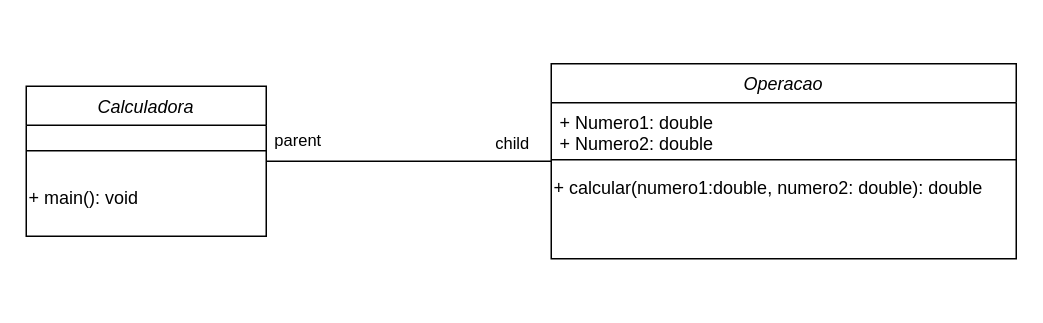
joao-pbc/Academic keeps this draw.io diagram as Diagrama sem nome.drawio. Above is the earlier version. Source tidied: cells renumbered, new cells numbered last; positions are measured from the earlier drawing's top-left corner, leaving out a move shared by most shapes. Both pictures are drawn from the tidied source at 150%, with x=0, y=0 at pixel (26, 63).
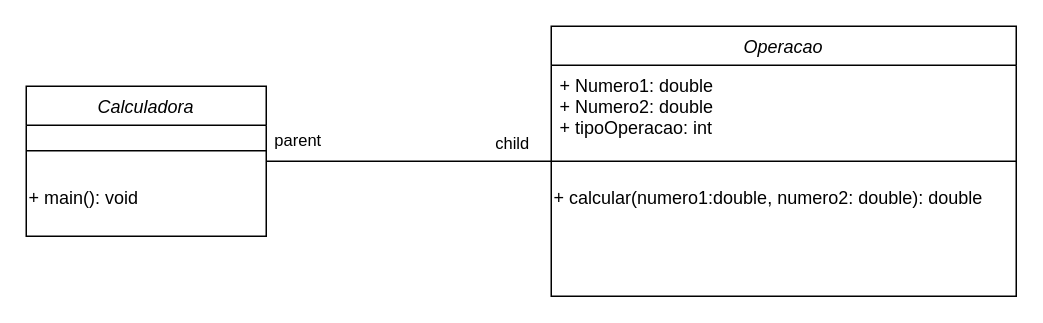
The same page after the edit.

The edit, as a diff of the source:
```diff
@@
 <mxGraphModel>
   <root>
     <mxCell id="0" />
     <mxCell id="1" parent="0" />
     <mxCell id="2" value="Calculadora" style="swimlane;fontStyle=2;align=center;verticalAlign=top;horizontal=1;startSize=26;rounded=0;shadow=0;strokeWidth=1;" parent="1" vertex="1">
       <mxGeometry y="15" width="160" height="100" as="geometry" />
     </mxCell>
     <mxCell id="3" style="line;html=1;strokeWidth=1;align=left;verticalAlign=middle;spacingTop=-1;spacingLeft=3;spacingRight=3;labelPosition=right;" parent="2" vertex="1">
       <mxGeometry y="26" width="160" height="34" as="geometry" />
     </mxCell>
     <mxCell id="4" value="+ main(): void" style="text;html=1;align=left;verticalAlign=middle;strokeColor=none;fillColor=none;" parent="2" vertex="1">
       <mxGeometry y="60" width="160" height="30" as="geometry" />
     </mxCell>
     <mxCell id="5" value="Operacao" style="swimlane;fontStyle=2;align=center;verticalAlign=top;horizontal=1;startSize=26;rounded=0;shadow=0;strokeWidth=1;" parent="1" vertex="1">
-      <mxGeometry x="350" width="310" height="130" as="geometry" />
+      <mxGeometry x="350" y="-25" width="310" height="180" as="geometry" />
     </mxCell>
-    <mxCell id="6" value="+ Numero1: double&#10;+ Numero2: double" style="text;align=left;verticalAlign=top;spacingLeft=4;spacingRight=4;overflow=hidden;" parent="5" vertex="1">
-      <mxGeometry y="26" width="310" height="34" as="geometry" />
+    <mxCell id="6" value="+ Numero1: double&#10;+ Numero2: double&#10;+ tipoOperacao: int" style="text;align=left;verticalAlign=top;spacingLeft=4;spacingRight=4;overflow=hidden;" parent="5" vertex="1">
+      <mxGeometry y="26" width="310" height="54" as="geometry" />
     </mxCell>
     <mxCell id="7" style="line;html=1;strokeWidth=1;align=left;verticalAlign=middle;spacingTop=-1;spacingLeft=3;spacingRight=3;labelPosition=right;" parent="5" vertex="1">
-      <mxGeometry y="60" width="310" height="8" as="geometry" />
+      <mxGeometry y="80" width="310" height="20" as="geometry" />
     </mxCell>
     <mxCell id="8" value="+ calcular(numero1:double, numero2: double): double" style="text;html=1;align=left;verticalAlign=middle;strokeColor=none;fillColor=none;" parent="5" vertex="1">
-      <mxGeometry y="68" width="310" height="30" as="geometry" />
+      <mxGeometry y="100" width="310" height="30" as="geometry" />
     </mxCell>
     <mxCell id="9" style="endArrow=none;html=1;rounded=0;exitX=1;exitY=0.5;exitDx=0;exitDy=0;" parent="1" edge="1" source="2" target="5">
       <mxGeometry relative="1" as="geometry" />
     </mxCell>
     <mxCell id="10" value="parent" style="edgeLabel;html=1;align=center;verticalAlign=middle;" parent="9" vertex="1">
       <mxGeometry x="-0.47" y="1" relative="1" as="geometry">
         <mxPoint x="-30" y="-14" as="offset" />
       </mxGeometry>
     </mxCell>
     <mxCell id="11" value="child" style="edgeLabel;html=1;align=center;verticalAlign=middle;" parent="1" vertex="1">
       <mxGeometry x="260" y="60" as="geometry">
         <mxPoint x="63" y="-8" as="offset" />
       </mxGeometry>
     </mxCell>
   </root>
 </mxGraphModel>
```
